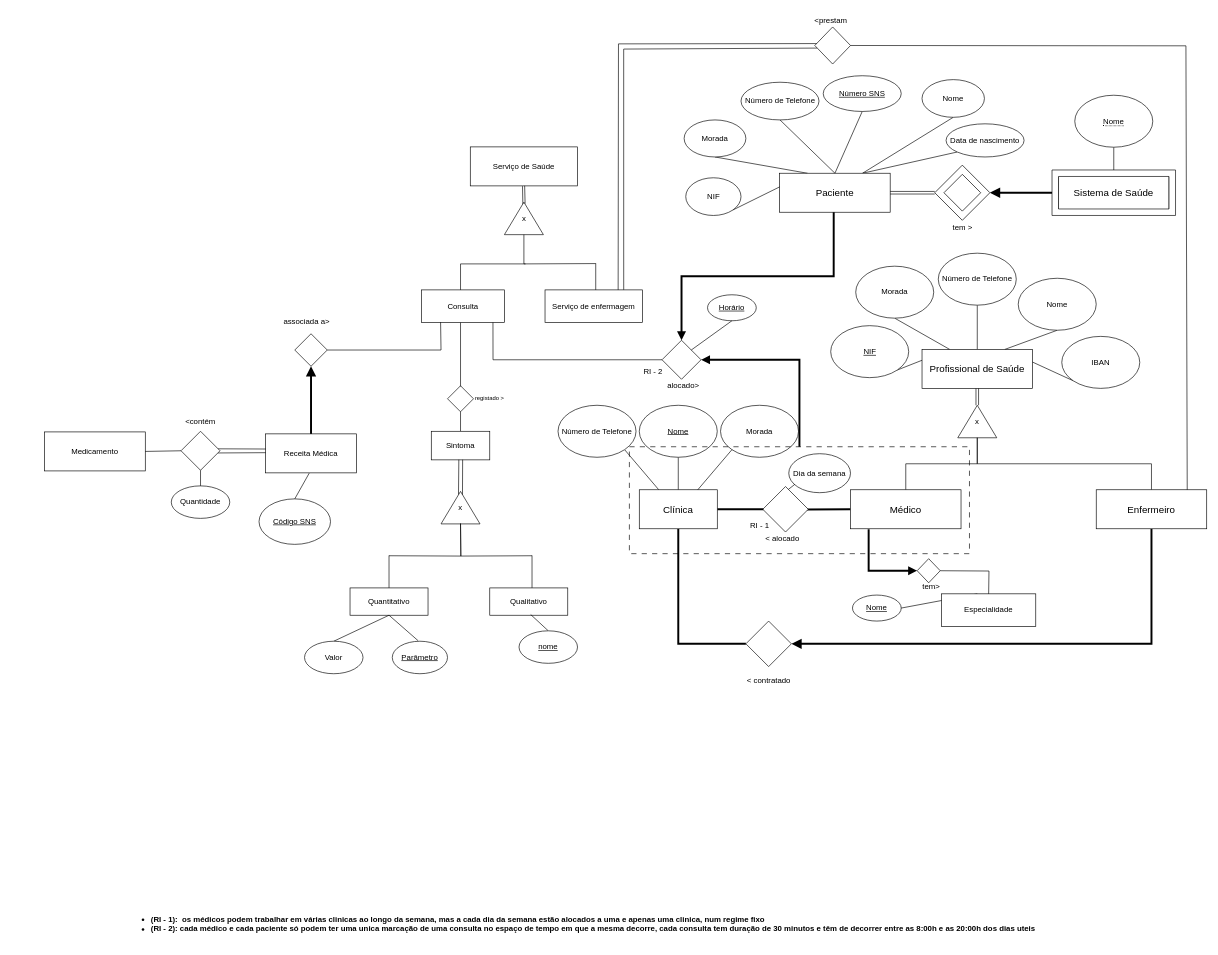
Zane-dev16/BD-projeto-E1 keeps this draw.io diagram as page "Page-1" (1 of 2) of diagrams/modelo_EA.drawio. Above is the earlier version. Source tidied: cells renumbered, new cells numbered last; positions are measured from the earlier drawing's top-left corner, leaving out a move shared by most shapes. Both pictures are drawn from the tidied source at 65%, with x=0, y=0 at pixel (44, 11).
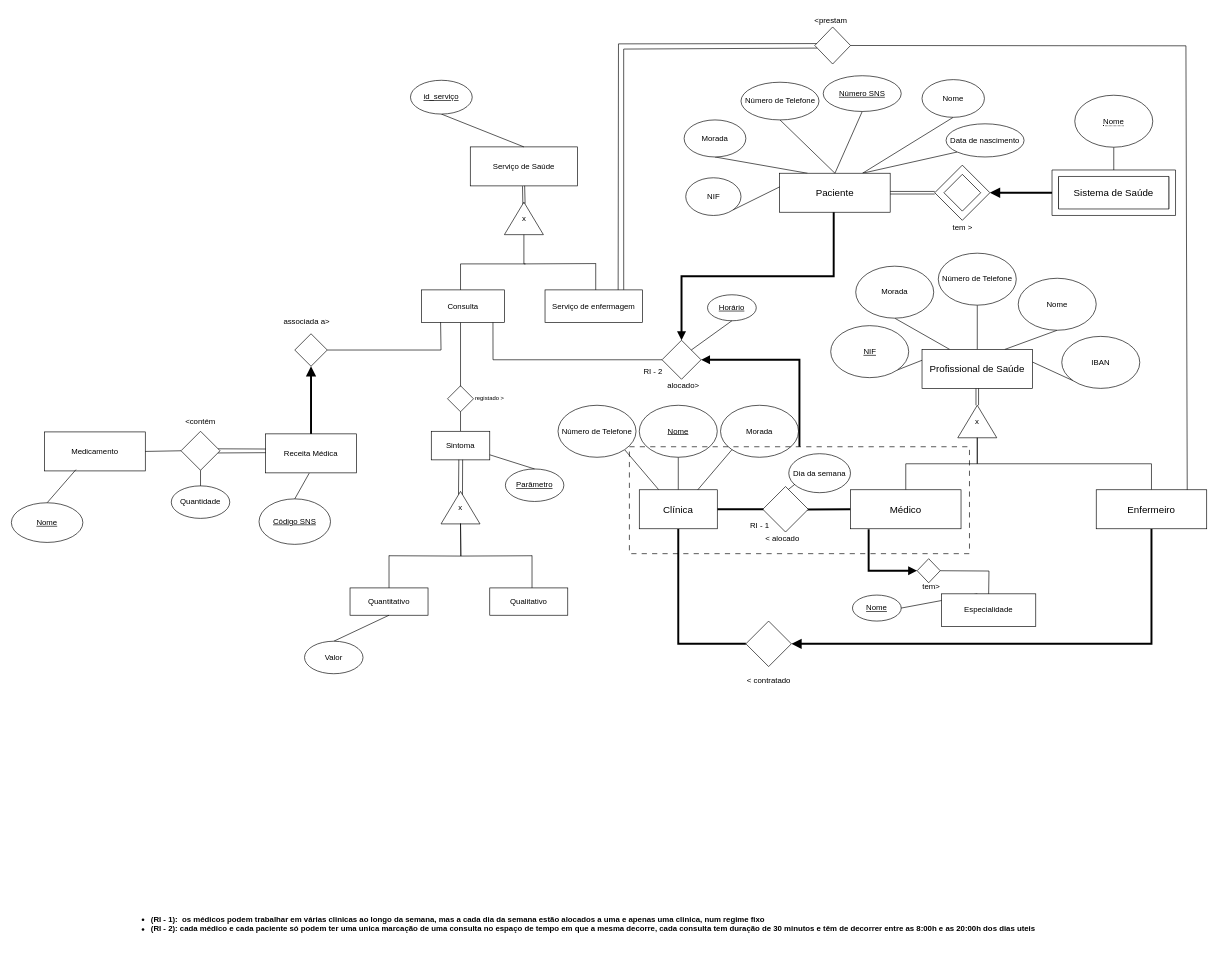
Above is the later version.

Commit message:
Added main keys to missing entities

Unchanged cells that the change refers to:
```xml
<mxCell id="58" value="Serviço de Saúde" style="rounded=0;whiteSpace=wrap;html=1;" parent="57" vertex="1">
  <mxGeometry x="75" width="165" height="60" as="geometry" />
</mxCell>
<mxCell id="76" value="Sintoma" style="rounded=0;whiteSpace=wrap;html=1;" parent="1" vertex="1">
  <mxGeometry x="595" y="646" width="90" height="44" as="geometry" />
</mxCell>
<mxCell id="84" value="Quantitativo" style="rounded=0;whiteSpace=wrap;html=1;" parent="1" vertex="1">
  <mxGeometry x="470" y="887" width="120" height="42" as="geometry" />
</mxCell>
<mxCell id="115" value="Medicamento" style="rounded=0;whiteSpace=wrap;html=1;" parent="1" vertex="1">
  <mxGeometry y="647" width="155" height="60" as="geometry" />
</mxCell>
```

Diff of the diagram source:
```diff
@@
-    <mxCell id="88" value="&lt;u&gt;Parâmetro&lt;/u&gt;" style="ellipse;whiteSpace=wrap;html=1;" parent="1" vertex="1">
-      <mxGeometry x="535" y="969" width="85" height="50" as="geometry" />
-    </mxCell>
-    <mxCell id="89" style="endArrow=none;html=1;rounded=0;exitX=0.5;exitY=1;exitDx=0;exitDy=0;entryX=0.467;entryY=-0.017;entryDx=0;entryDy=0;entryPerimeter=0;" parent="1" edge="1" source="84" target="88">
-      <mxGeometry relative="1" as="geometry" />
-    </mxCell>
-    <mxCell id="90" style="endArrow=none;html=1;rounded=0;exitX=0.5;exitY=0;exitDx=0;exitDy=0;" parent="1" edge="1" source="91">
-      <mxGeometry relative="1" as="geometry">
-        <mxPoint x="748" y="928" as="targetPoint" />
-      </mxGeometry>
-    </mxCell>
-    <mxCell id="91" value="&lt;u&gt;nome&lt;/u&gt;" style="ellipse;whiteSpace=wrap;html=1;" parent="1" vertex="1">
-      <mxGeometry x="730" y="953" width="90" height="50" as="geometry" />
-    </mxCell>
@@
+    <mxCell id="127" style="rounded=0;jettySize=auto;html=1;exitX=0.5;exitY=0;exitDx=0;exitDy=0;entryX=0.5;entryY=1;entryDx=0;entryDy=0;endArrow=none;endFill=0;labelBackgroundColor=none;fontColor=default;" parent="1" edge="1" source="58" target="128">
+      <mxGeometry relative="1" as="geometry" />
+    </mxCell>
+    <mxCell id="128" value="&lt;u&gt;id_serviço&lt;/u&gt;" style="ellipse;whiteSpace=wrap;html=1;labelBackgroundColor=none;" parent="1" vertex="1">
+      <mxGeometry x="563" y="106" width="95" height="52" as="geometry" />
+    </mxCell>
+    <mxCell id="129" style="endArrow=none;html=1;rounded=0;entryX=0.312;entryY=0.967;entryDx=0;entryDy=0;entryPerimeter=0;exitX=0.5;exitY=0;exitDx=0;exitDy=0;" parent="1" edge="1" source="130" target="115">
+      <mxGeometry relative="1" as="geometry" />
+    </mxCell>
+    <mxCell id="130" value="&lt;u&gt;Nome&lt;/u&gt;" style="ellipse;whiteSpace=wrap;html=1;" parent="1" vertex="1">
+      <mxGeometry x="-51" y="756" width="110" height="61" as="geometry" />
+    </mxCell>
+    <mxCell id="88" value="&lt;u&gt;Parâmetro&lt;/u&gt;" style="ellipse;whiteSpace=wrap;html=1;" parent="1" vertex="1">
+      <mxGeometry x="709" y="704" width="90" height="50" as="geometry" />
+    </mxCell>
+    <mxCell id="131" style="endArrow=none;html=1;rounded=0;exitX=0.5;exitY=0;exitDx=0;exitDy=0;" parent="1" edge="1" source="88" target="76">
+      <mxGeometry relative="1" as="geometry" />
+    </mxCell>
```
